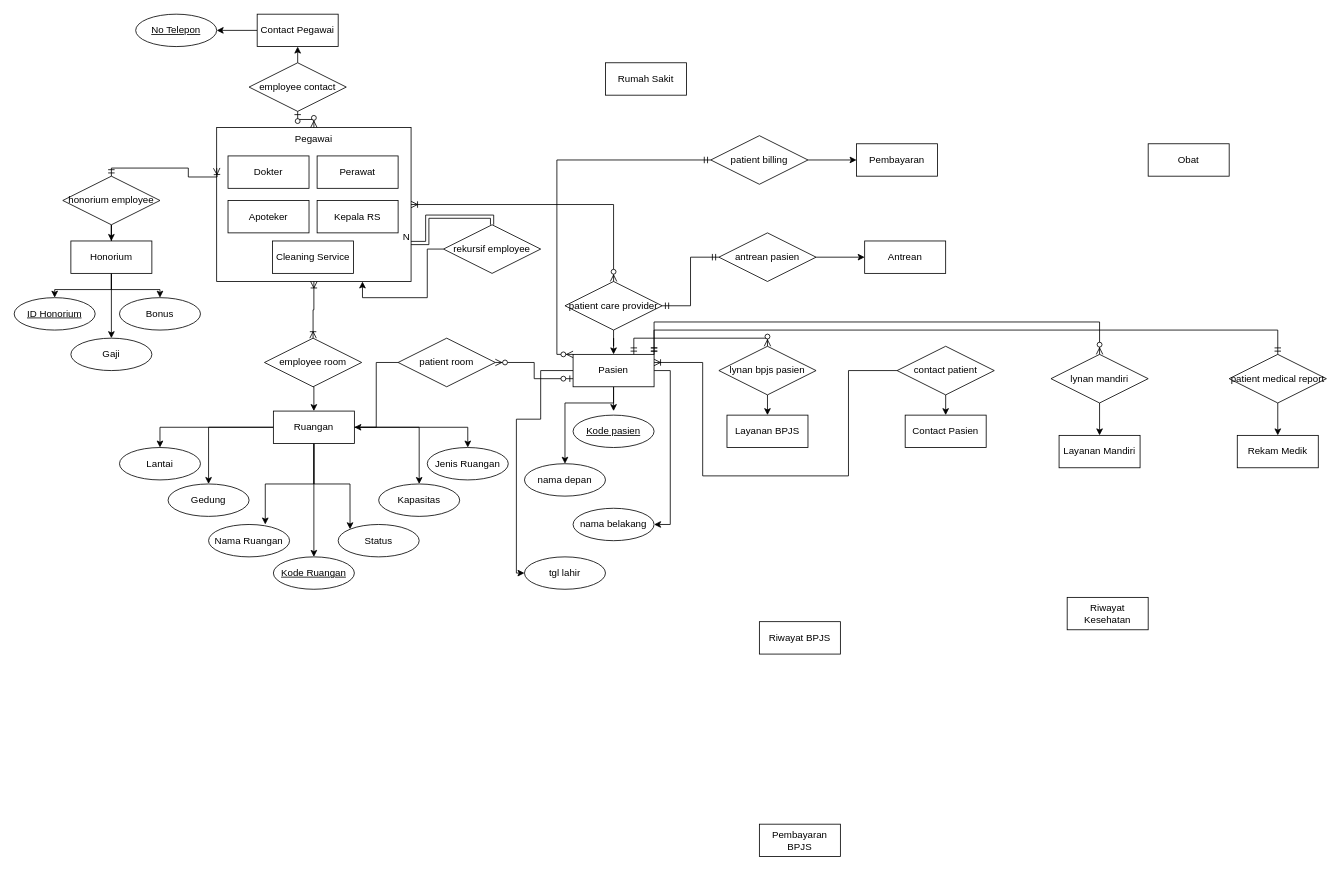
This is Diagram Tanpa Judul.drawio from lsawfa/ERD-BasisData, a draw.io file, before an edit. Source tidied: cells renumbered, new cells numbered last; positions are measured from the earlier drawing's top-left corner, leaving out a move shared by most shapes. Both pictures are drawn from the tidied source at 81%, with x=0, y=0 at pixel (14, 14).
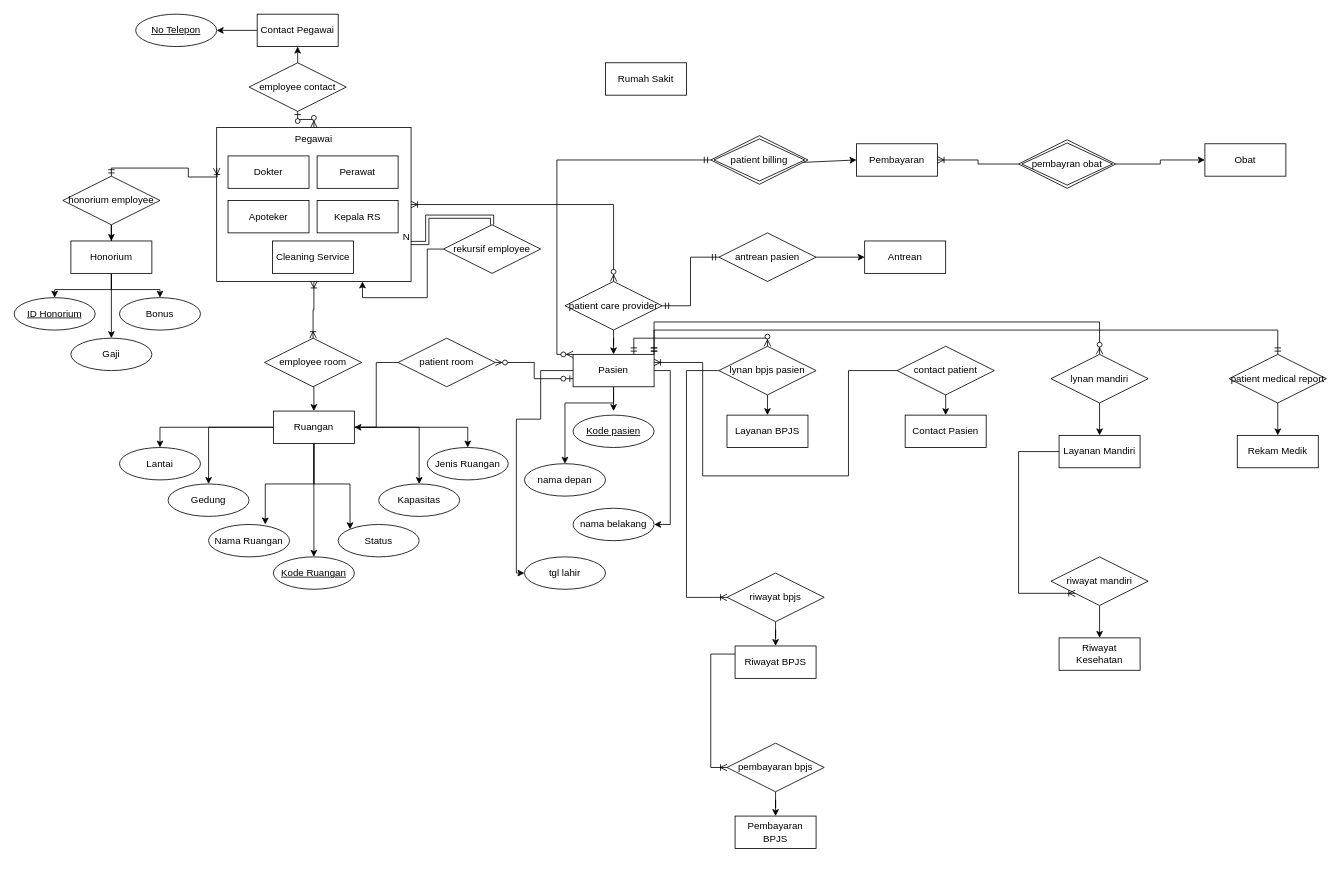
After the change.

The change refers to these unchanged cells:
```xml
<mxCell id="58" value="Layanan Mandiri" style="whiteSpace=wrap;html=1;align=center;" parent="1" vertex="1">
  <mxGeometry x="1290" y="520" width="100" height="40" as="geometry" />
</mxCell>
<mxCell id="65" value="Pembayaran" style="whiteSpace=wrap;html=1;align=center;" parent="1" vertex="1">
  <mxGeometry x="1040" y="160" width="100" height="40" as="geometry" />
</mxCell>
<mxCell id="70" value="lynan bpjs pasien" style="shape=rhombus;perimeter=rhombusPerimeter;whiteSpace=wrap;html=1;align=center;" parent="1" vertex="1">
  <mxGeometry x="870" y="410" width="120" height="60" as="geometry" />
</mxCell>
```

The edit, as a diff of the source:
```diff
@@
     <mxCell id="60" value="Riwayat Kesehatan" style="whiteSpace=wrap;html=1;align=center;" parent="1" vertex="1">
-      <mxGeometry x="1300" y="720" width="100" height="40" as="geometry" />
+      <mxGeometry x="1290" y="770" width="100" height="40" as="geometry" />
     </mxCell>
     <mxCell id="61" value="Riwayat BPJS" style="whiteSpace=wrap;html=1;align=center;" parent="1" vertex="1">
-      <mxGeometry x="920" y="750" width="100" height="40" as="geometry" />
+      <mxGeometry x="890" y="780" width="100" height="40" as="geometry" />
     </mxCell>
@@
     <mxCell id="63" value="Pembayaran BPJS" style="whiteSpace=wrap;html=1;align=center;" parent="1" vertex="1">
-      <mxGeometry x="920" y="1000" width="100" height="40" as="geometry" />
+      <mxGeometry x="890" y="990" width="100" height="40" as="geometry" />
     </mxCell>
@@
     <mxCell id="66" value="Obat" style="whiteSpace=wrap;html=1;align=center;" parent="1" vertex="1">
-      <mxGeometry x="1400" y="160" width="100" height="40" as="geometry" />
+      <mxGeometry x="1470" y="160" width="100" height="40" as="geometry" />
     </mxCell>
@@
-    <mxCell id="73" style="edgeStyle=none;rounded=0;jettySize=auto;html=1;entryX=0;entryY=0.5;entryDx=0;entryDy=0;" parent="1" edge="1" source="74" target="65">
+    <mxCell id="73" style="edgeStyle=none;rounded=0;jettySize=auto;html=1;entryX=0;entryY=0.5;entryDx=0;entryDy=0;exitX=0.919;exitY=0.552;exitDx=0;exitDy=0;exitPerimeter=0;" parent="1" edge="1" source="74" target="65">
       <mxGeometry relative="1" as="geometry" />
     </mxCell>
-    <mxCell id="74" value="patient billing" style="shape=rhombus;perimeter=rhombusPerimeter;whiteSpace=wrap;html=1;align=center;" parent="1" vertex="1">
-      <mxGeometry x="860" y="150" width="120" height="60" as="geometry" />
-    </mxCell>
@@
+    <mxCell id="90" style="edgeStyle=orthogonalEdgeStyle;rounded=0;jettySize=auto;html=1;entryX=0.5;entryY=0;entryDx=0;entryDy=0;" parent="1" edge="1" source="91" target="61">
+      <mxGeometry relative="1" as="geometry" />
+    </mxCell>
+    <mxCell id="91" value="riwayat bpjs" style="shape=rhombus;perimeter=rhombusPerimeter;whiteSpace=wrap;html=1;align=center;" parent="1" vertex="1">
+      <mxGeometry x="880" y="690" width="120" height="60" as="geometry" />
+    </mxCell>
+    <mxCell id="92" style="edgeStyle=orthogonalEdgeStyle;rounded=0;jettySize=auto;html=1;" parent="1" edge="1" source="93" target="63">
+      <mxGeometry relative="1" as="geometry" />
+    </mxCell>
+    <mxCell id="93" value="pembayaran bpjs" style="shape=rhombus;perimeter=rhombusPerimeter;whiteSpace=wrap;html=1;align=center;" parent="1" vertex="1">
+      <mxGeometry x="880" y="900" width="120" height="60" as="geometry" />
+    </mxCell>
+    <mxCell id="94" style="edgeStyle=orthogonalEdgeStyle;fontSize=12;html=1;endArrow=ERoneToMany;rounded=0;exitX=0;exitY=0.5;exitDx=0;exitDy=0;entryX=0;entryY=0.5;entryDx=0;entryDy=0;" parent="1" edge="1" source="70" target="91">
+      <mxGeometry relative="1" as="geometry">
+        <Array as="points">
+          <mxPoint x="830" y="440" />
+          <mxPoint x="830" y="720" />
+        </Array>
+      </mxGeometry>
+    </mxCell>
+    <mxCell id="74" value="patient billing" style="shape=rhombus;double=1;perimeter=rhombusPerimeter;whiteSpace=wrap;html=1;align=center;" parent="1" vertex="1">
+      <mxGeometry x="860" y="150" width="120" height="60" as="geometry" />
+    </mxCell>
+    <mxCell id="95" style="edgeStyle=orthogonalEdgeStyle;rounded=0;orthogonalLoop=1;jettySize=auto;html=1;exitX=0.5;exitY=1;exitDx=0;exitDy=0;" parent="1" edge="1" source="63" target="63">
+      <mxGeometry relative="1" as="geometry" />
+    </mxCell>
+    <mxCell id="96" style="edgeStyle=orthogonalEdgeStyle;fontSize=12;html=1;endArrow=ERoneToMany;rounded=0;exitX=0;exitY=0.25;exitDx=0;exitDy=0;entryX=0;entryY=0.5;entryDx=0;entryDy=0;" parent="1" edge="1" source="61" target="93">
+      <mxGeometry relative="1" as="geometry">
+        <Array as="points">
+          <mxPoint x="860" y="790" />
+          <mxPoint x="860" y="930" />
+        </Array>
+      </mxGeometry>
+    </mxCell>
+    <mxCell id="97" style="edgeStyle=orthogonalEdgeStyle;rounded=0;jettySize=auto;html=1;entryX=0.5;entryY=0;entryDx=0;entryDy=0;" parent="1" edge="1" source="98" target="60">
+      <mxGeometry relative="1" as="geometry" />
+    </mxCell>
+    <mxCell id="98" value="riwayat mandiri" style="shape=rhombus;perimeter=rhombusPerimeter;whiteSpace=wrap;html=1;align=center;" parent="1" vertex="1">
+      <mxGeometry x="1280" y="670" width="120" height="60" as="geometry" />
+    </mxCell>
+    <mxCell id="99" style="edgeStyle=orthogonalEdgeStyle;fontSize=12;html=1;endArrow=ERoneToMany;rounded=0;exitX=0;exitY=0.5;exitDx=0;exitDy=0;entryX=0;entryY=1;entryDx=0;entryDy=0;" parent="1" edge="1" source="58" target="98">
+      <mxGeometry relative="1" as="geometry">
+        <Array as="points">
+          <mxPoint x="1240" y="540" />
+          <mxPoint x="1240" y="715" />
+        </Array>
+      </mxGeometry>
+    </mxCell>
+    <mxCell id="100" style="edgeStyle=orthogonalEdgeStyle;rounded=0;jettySize=auto;html=1;entryX=0;entryY=0.5;entryDx=0;entryDy=0;" parent="1" edge="1" source="101" target="66">
+      <mxGeometry relative="1" as="geometry" />
+    </mxCell>
+    <mxCell id="101" value="pembayran obat" style="shape=rhombus;double=1;perimeter=rhombusPerimeter;whiteSpace=wrap;html=1;align=center;" parent="1" vertex="1">
+      <mxGeometry x="1240" y="155" width="120" height="60" as="geometry" />
+    </mxCell>
+    <mxCell id="102" style="edgeStyle=orthogonalEdgeStyle;fontSize=12;html=1;endArrow=ERoneToMany;rounded=0;entryX=1;entryY=0.5;entryDx=0;entryDy=0;exitX=0;exitY=0.5;exitDx=0;exitDy=0;" parent="1" edge="1" source="101" target="65">
+      <mxGeometry relative="1" as="geometry">
+        <Array as="points">
+          <mxPoint x="1190" y="185" />
+          <mxPoint x="1190" y="180" />
+        </Array>
+      </mxGeometry>
+    </mxCell>
```
